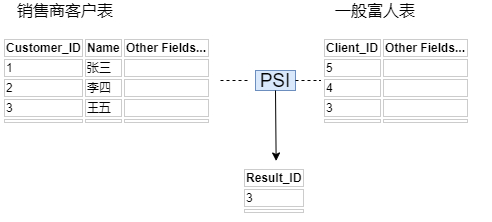
Above: docs/img/psi_eg.png in datumtechs/datum-documentation (draw.io), before the change. Source tidied: cells renumbered, new cells last; positions are measured from the earlier drawing's top-left corner, leaving out a move shared by most shapes.
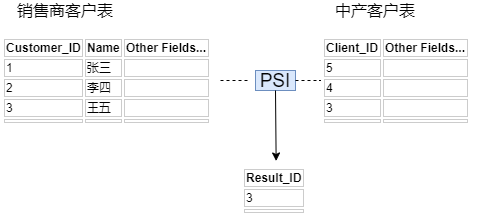
The same file after the commit.

The edit, as a diff of the source:
```diff
@@ -14,7 +14,7 @@
     <mxCell id="5" value="销售商客户表" style="text;html=1;strokeColor=none;fillColor=none;align=center;verticalAlign=middle;whiteSpace=wrap;rounded=0;fontSize=16;" parent="1" vertex="1">
       <mxGeometry x="10" width="110" height="20" as="geometry" />
     </mxCell>
-    <mxCell id="6" value="一般富人表" style="text;html=1;strokeColor=none;fillColor=none;align=center;verticalAlign=middle;whiteSpace=wrap;rounded=0;fontSize=16;" parent="1" vertex="1">
+    <mxCell id="6" value="中产客户表" style="text;html=1;strokeColor=none;fillColor=none;align=center;verticalAlign=middle;whiteSpace=wrap;rounded=0;fontSize=16;" parent="1" vertex="1">
       <mxGeometry x="320" width="110" height="20" as="geometry" />
     </mxCell>
     <mxCell id="7" value="&lt;font style=&quot;font-size: 19px&quot;&gt;&amp;nbsp;PSI&amp;nbsp;&lt;/font&gt;" style="text;html=1;strokeColor=#6c8ebf;fillColor=#dae8fc;align=center;verticalAlign=middle;whiteSpace=wrap;rounded=0;fontSize=16;" parent="1" vertex="1">
```
